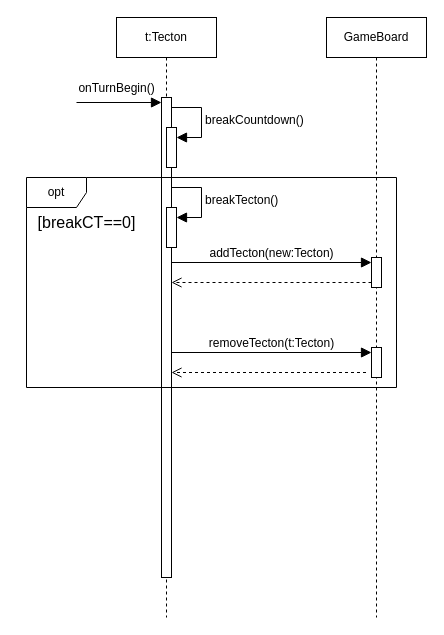
Before: page "Tecton" (2 of 8) of GameManager_SequenceDiagram.drawio in koharzsombor/bandITs, a draw.io diagram. Source tidied: cells renumbered, new cells numbered last; positions are measured from the earlier drawing's top-left corner, leaving out a move shared by most shapes. Both pictures are drawn from the tidied source at 100%, with x=0, y=0 at pixel (26, 17).
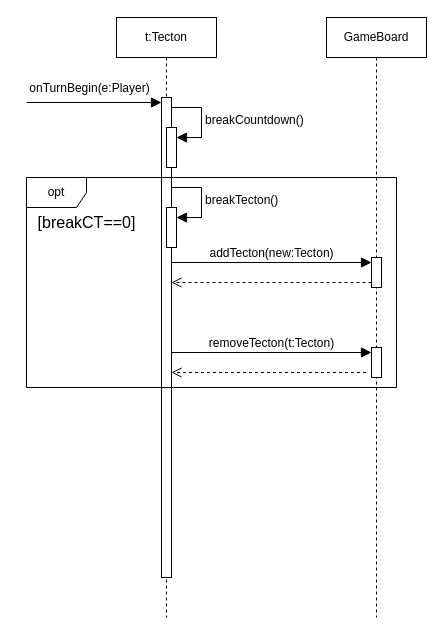
The same page after the edit.

The change refers to these unchanged cells:
```xml
<mxCell id="3" style="html=1;points=[[0,0,0,0,5],[0,1,0,0,-5],[1,0,0,0,5],[1,1,0,0,-5]];perimeter=orthogonalPerimeter;outlineConnect=0;targetShapes=umlLifeline;portConstraint=eastwest;newEdgeStyle={&quot;curved&quot;:0,&quot;rounded&quot;:0};" parent="2" vertex="1">
  <mxGeometry x="45" y="80" width="10" height="480" as="geometry" />
</mxCell>
```

Diff of the diagram source:
```diff
@@
-    <mxCell id="6" value="onTurnBegin()" style="html=1;verticalAlign=bottom;endArrow=block;curved=0;rounded=0;fontSize=12;startSize=8;endSize=8;entryX=0;entryY=0;entryDx=0;entryDy=5;entryPerimeter=0;" parent="1" edge="1" target="3">
+    <mxCell id="6" value="onTurnBegin(e:Player)" style="html=1;verticalAlign=bottom;endArrow=block;curved=0;rounded=0;fontSize=12;startSize=8;endSize=8;entryX=0;entryY=0;entryDx=0;entryDy=5;entryPerimeter=0;" parent="1" edge="1" target="3">
       <mxGeometry x="-0.06" y="5" relative="1" as="geometry">
-        <mxPoint x="50" y="85" as="sourcePoint" />
+        <mxPoint y="85" as="sourcePoint" />
       </mxGeometry>
     </mxCell>
```
